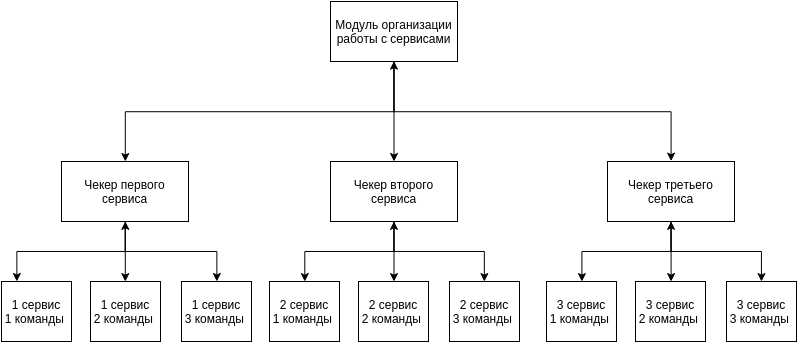
Before: report2/images/module_round_structure.png, a diagram exported from draw.io (KevaTeam/ctf-attack-defense). Source tidied: cells renumbered, new cells last; positions are measured from the earlier drawing's top-left corner, leaving out a move shared by most shapes. The source it was exported from:
```xml
<mxGraphModel background="#ffffff">
  <root>
    <mxCell id="0" />
    <mxCell id="1" parent="0" />
    <mxCell id="2" style="edgeStyle=orthogonalEdgeStyle;rounded=0;html=1;jettySize=auto;exitX=0.5;exitY=1;" parent="1" edge="1" source="5" target="13">
      <mxGeometry relative="1" as="geometry">
        <Array as="points">
          <mxPoint x="393" y="110" />
          <mxPoint x="124" y="110" />
        </Array>
      </mxGeometry>
    </mxCell>
    <mxCell id="3" style="edgeStyle=orthogonalEdgeStyle;rounded=0;html=1;jettySize=auto;" parent="1" edge="1" source="5" target="9">
      <mxGeometry relative="1" as="geometry" />
    </mxCell>
    <mxCell id="4" style="edgeStyle=orthogonalEdgeStyle;rounded=0;html=1;exitX=0.5;exitY=1;jettySize=auto;entryX=0.5;entryY=0;startArrow=classic;startFill=1;" parent="1" edge="1" source="5" target="15">
      <mxGeometry relative="1" as="geometry">
        <Array as="points">
          <mxPoint x="393" y="110" />
          <mxPoint x="670" y="110" />
        </Array>
      </mxGeometry>
    </mxCell>
    <mxCell id="5" value="Модуль организации работы с сервисами" style="whiteSpace=wrap;html=1;" parent="1" vertex="1">
      <mxGeometry x="329" width="127" height="60" as="geometry" />
    </mxCell>
    <mxCell id="6" style="edgeStyle=orthogonalEdgeStyle;rounded=0;html=1;exitX=0.5;exitY=1;entryX=0.5;entryY=0;jettySize=auto;" parent="1" edge="1" source="9" target="18">
      <mxGeometry relative="1" as="geometry" />
    </mxCell>
    <mxCell id="7" style="edgeStyle=orthogonalEdgeStyle;rounded=0;html=1;exitX=0.5;exitY=1;entryX=0.5;entryY=0;jettySize=auto;" parent="1" edge="1" source="9" target="19">
      <mxGeometry relative="1" as="geometry" />
    </mxCell>
    <mxCell id="8" style="edgeStyle=orthogonalEdgeStyle;rounded=0;html=1;exitX=0.5;exitY=1;entryX=0.5;entryY=0;jettySize=auto;startArrow=classic;startFill=1;" parent="1" edge="1" source="9" target="20">
      <mxGeometry relative="1" as="geometry" />
    </mxCell>
    <mxCell id="9" value="Чекер второго сервиса" style="whiteSpace=wrap;html=1;" parent="1" vertex="1">
      <mxGeometry x="329" y="160" width="127" height="60" as="geometry" />
    </mxCell>
    <mxCell id="10" style="edgeStyle=orthogonalEdgeStyle;rounded=0;html=1;jettySize=auto;exitX=0.5;exitY=1;" parent="1" edge="1" source="13" target="14">
      <mxGeometry relative="1" as="geometry">
        <Array as="points">
          <mxPoint x="124" y="250" />
          <mxPoint x="15" y="250" />
        </Array>
      </mxGeometry>
    </mxCell>
    <mxCell id="11" style="edgeStyle=orthogonalEdgeStyle;rounded=0;html=1;exitX=0.5;exitY=1;jettySize=auto;" parent="1" edge="1" source="13" target="17">
      <mxGeometry relative="1" as="geometry" />
    </mxCell>
    <mxCell id="12" style="edgeStyle=orthogonalEdgeStyle;rounded=0;html=1;exitX=0.5;exitY=1;entryX=0.5;entryY=0;jettySize=auto;startArrow=classic;startFill=1;" parent="1" edge="1" source="13" target="16">
      <mxGeometry relative="1" as="geometry" />
    </mxCell>
    <mxCell id="13" value="Чекер первого сервиса" style="whiteSpace=wrap;html=1;" parent="1" vertex="1">
      <mxGeometry x="60" y="160" width="127" height="60" as="geometry" />
    </mxCell>
    <mxCell id="14" value="1 сервис&lt;div&gt;1 команды&amp;nbsp;&lt;/div&gt;" style="whiteSpace=wrap;html=1;" parent="1" vertex="1">
      <mxGeometry y="280" width="70" height="60" as="geometry" />
    </mxCell>
    <mxCell id="15" value="Чекер третьего сервиса" style="whiteSpace=wrap;html=1;" parent="1" vertex="1">
      <mxGeometry x="606" y="160" width="127" height="60" as="geometry" />
    </mxCell>
    <mxCell id="16" value="1 сервис&lt;div&gt;2 команды&amp;nbsp;&lt;/div&gt;" style="whiteSpace=wrap;html=1;" parent="1" vertex="1">
      <mxGeometry x="89" y="280" width="70" height="60" as="geometry" />
    </mxCell>
    <mxCell id="17" value="1 сервис&lt;div&gt;3 команды&amp;nbsp;&lt;/div&gt;" style="whiteSpace=wrap;html=1;" parent="1" vertex="1">
      <mxGeometry x="180" y="280" width="70" height="60" as="geometry" />
    </mxCell>
    <mxCell id="18" value="2&lt;span style=&quot;line-height: 1.2&quot;&gt;&amp;nbsp;сервис&lt;/span&gt;&lt;div&gt;&lt;div&gt;1 команды&amp;nbsp;&lt;/div&gt;&lt;/div&gt;" style="whiteSpace=wrap;html=1;" parent="1" vertex="1">
      <mxGeometry x="268" y="280" width="70" height="60" as="geometry" />
    </mxCell>
    <mxCell id="19" value="2 сервис&lt;div&gt;2 команды&amp;nbsp;&lt;/div&gt;" style="whiteSpace=wrap;html=1;" parent="1" vertex="1">
      <mxGeometry x="357" y="280" width="70" height="60" as="geometry" />
    </mxCell>
    <mxCell id="20" value="2 сервис&lt;div&gt;3 команды&amp;nbsp;&lt;/div&gt;" style="whiteSpace=wrap;html=1;" parent="1" vertex="1">
      <mxGeometry x="448" y="280" width="70" height="60" as="geometry" />
    </mxCell>
    <mxCell id="21" style="edgeStyle=orthogonalEdgeStyle;rounded=0;html=1;exitX=0.5;exitY=1;entryX=0.5;entryY=0;jettySize=auto;" parent="1" edge="1" target="24">
      <mxGeometry x="595" y="250" as="geometry">
        <mxPoint x="670" y="220" as="sourcePoint" />
        <Array as="points">
          <mxPoint x="670" y="250" />
          <mxPoint x="580" y="250" />
        </Array>
      </mxGeometry>
    </mxCell>
    <mxCell id="22" style="edgeStyle=orthogonalEdgeStyle;rounded=0;html=1;exitX=0.5;exitY=1;jettySize=auto;orthogonalLoop=1;" parent="1" edge="1">
      <mxGeometry x="684" y="250" as="geometry">
        <mxPoint x="670" y="220" as="sourcePoint" />
        <mxPoint x="669" y="280" as="targetPoint" />
        <Array as="points">
          <mxPoint x="670" y="250" />
          <mxPoint x="669" y="250" />
        </Array>
      </mxGeometry>
    </mxCell>
    <mxCell id="23" style="edgeStyle=orthogonalEdgeStyle;rounded=0;html=1;exitX=0.5;exitY=1;entryX=0.5;entryY=0;jettySize=auto;startArrow=classic;startFill=1;" parent="1" edge="1" target="26">
      <mxGeometry x="685" y="250" as="geometry">
        <mxPoint x="670" y="220" as="sourcePoint" />
        <Array as="points">
          <mxPoint x="670" y="250" />
          <mxPoint x="760" y="250" />
        </Array>
      </mxGeometry>
    </mxCell>
    <mxCell id="24" value="3 сервис&lt;div&gt;1 команды&amp;nbsp;&lt;/div&gt;" style="whiteSpace=wrap;html=1;" parent="1" vertex="1">
      <mxGeometry x="545" y="280" width="70" height="60" as="geometry" />
    </mxCell>
    <mxCell id="25" value="3 сервис&lt;div&gt;2 команды&amp;nbsp;&lt;/div&gt;" style="whiteSpace=wrap;html=1;" parent="1" vertex="1">
      <mxGeometry x="634" y="280" width="70" height="60" as="geometry" />
    </mxCell>
    <mxCell id="26" value="3 сервис&lt;div&gt;3 команды&amp;nbsp;&lt;/div&gt;" style="whiteSpace=wrap;html=1;" parent="1" vertex="1">
      <mxGeometry x="725" y="280" width="70" height="60" as="geometry" />
    </mxCell>
  </root>
</mxGraphModel>
```
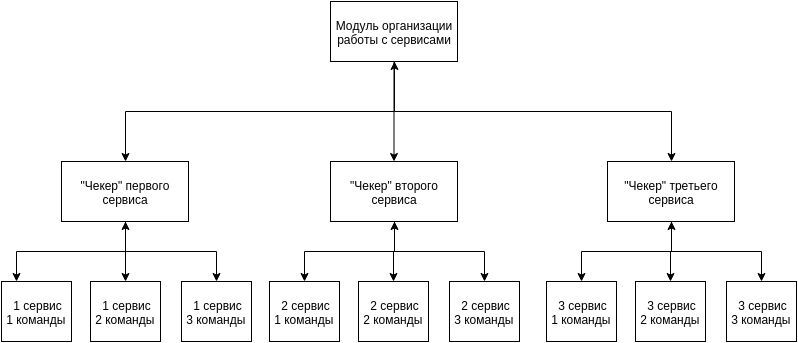
After the change.

Change to the diagram source:
```diff
@@ -33,7 +33,7 @@
     <mxCell id="8" style="edgeStyle=orthogonalEdgeStyle;rounded=0;html=1;exitX=0.5;exitY=1;entryX=0.5;entryY=0;jettySize=auto;startArrow=classic;startFill=1;" parent="1" edge="1" source="9" target="20">
       <mxGeometry relative="1" as="geometry" />
     </mxCell>
-    <mxCell id="9" value="Чекер второго сервиса" style="whiteSpace=wrap;html=1;" parent="1" vertex="1">
+    <mxCell id="9" value="&quot;Чекер&quot; второго сервиса" style="whiteSpace=wrap;html=1;" parent="1" vertex="1">
       <mxGeometry x="329" y="160" width="127" height="60" as="geometry" />
     </mxCell>
     <mxCell id="10" style="edgeStyle=orthogonalEdgeStyle;rounded=0;html=1;jettySize=auto;exitX=0.5;exitY=1;" parent="1" edge="1" source="13" target="14">
@@ -50,13 +50,13 @@
     <mxCell id="12" style="edgeStyle=orthogonalEdgeStyle;rounded=0;html=1;exitX=0.5;exitY=1;entryX=0.5;entryY=0;jettySize=auto;startArrow=classic;startFill=1;" parent="1" edge="1" source="13" target="16">
       <mxGeometry relative="1" as="geometry" />
     </mxCell>
-    <mxCell id="13" value="Чекер первого сервиса" style="whiteSpace=wrap;html=1;" parent="1" vertex="1">
+    <mxCell id="13" value="&quot;Чекер&quot; первого сервиса" style="whiteSpace=wrap;html=1;" parent="1" vertex="1">
       <mxGeometry x="60" y="160" width="127" height="60" as="geometry" />
     </mxCell>
     <mxCell id="14" value="1 сервис&lt;div&gt;1 команды&amp;nbsp;&lt;/div&gt;" style="whiteSpace=wrap;html=1;" parent="1" vertex="1">
       <mxGeometry y="280" width="70" height="60" as="geometry" />
     </mxCell>
-    <mxCell id="15" value="Чекер третьего сервиса" style="whiteSpace=wrap;html=1;" parent="1" vertex="1">
+    <mxCell id="15" value="&quot;Чекер&quot; третьего сервиса" style="whiteSpace=wrap;html=1;" parent="1" vertex="1">
       <mxGeometry x="606" y="160" width="127" height="60" as="geometry" />
     </mxCell>
     <mxCell id="16" value="1 сервис&lt;div&gt;2 команды&amp;nbsp;&lt;/div&gt;" style="whiteSpace=wrap;html=1;" parent="1" vertex="1">
```
